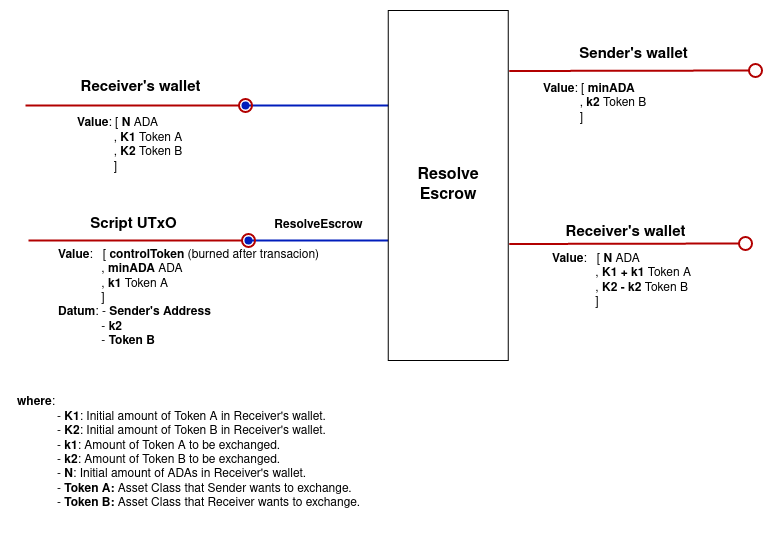
Above: doc/img/resolveEscrow.png in mrpejker/cardano-e2e-example (draw.io), before the change. Source tidied: cells renumbered, new cells last; positions are measured from the earlier drawing's top-left corner, leaving out a move shared by most shapes.
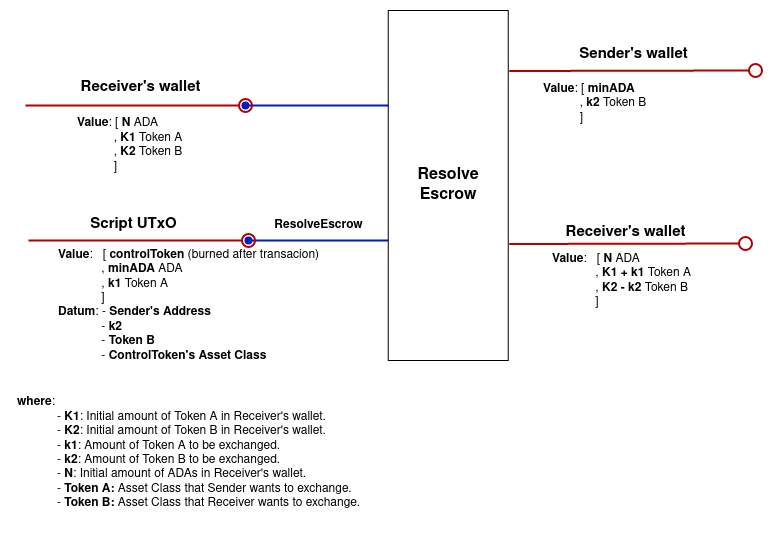
After the commit.

Diff of the diagram source:
```diff
@@ -38,8 +38,8 @@
     <mxCell id="10" value="&lt;font style=&quot;font-size: 15px;&quot;&gt;&lt;b&gt;Script UTxO&lt;/b&gt;&lt;/font&gt;" style="text;html=1;align=center;verticalAlign=middle;strokeColor=none;fillColor=none;" parent="1" vertex="1">
       <mxGeometry x="63" y="199" width="110" height="30" as="geometry" />
     </mxCell>
-    <mxCell id="11" value="&lt;div style=&quot;caret-color: rgb(0, 0, 0); color: rgb(0, 0, 0); font-family: Helvetica; font-size: 12px; font-style: normal; font-variant-caps: normal; letter-spacing: normal; text-align: left; text-indent: 0px; text-transform: none; word-spacing: 0px; -webkit-text-stroke-width: 0px; text-decoration: none;&quot;&gt;&lt;span style=&quot;font-weight: 400;&quot;&gt;&lt;b&gt;Value&lt;/b&gt;: &amp;nbsp; [ &lt;b&gt;controlToken&lt;/b&gt;&lt;/span&gt;&lt;b&gt; &lt;/b&gt;(burned after transacion)&lt;b&gt;&lt;br&gt;&lt;/b&gt;&lt;span style=&quot;font-weight: 400;&quot;&gt;&amp;nbsp; &amp;nbsp; &amp;nbsp; &amp;nbsp; &amp;nbsp; &amp;nbsp; &amp;nbsp;, &lt;/span&gt;&lt;b&gt;minADA&lt;/b&gt;&amp;nbsp;ADA&lt;br&gt;&lt;span style=&quot;background-color: initial;&quot;&gt;&amp;nbsp; &amp;nbsp; &amp;nbsp; &amp;nbsp; &amp;nbsp; &amp;nbsp; &amp;nbsp;, &lt;/span&gt;&lt;b style=&quot;background-color: initial;&quot;&gt;k1&lt;/b&gt;&lt;span style=&quot;background-color: initial;&quot;&gt; Token A&lt;br&gt;&lt;/span&gt;&lt;/div&gt;&lt;div style=&quot;caret-color: rgb(0, 0, 0); color: rgb(0, 0, 0); font-family: Helvetica; font-size: 12px; font-style: normal; font-variant-caps: normal; letter-spacing: normal; text-align: left; text-indent: 0px; text-transform: none; word-spacing: 0px; -webkit-text-stroke-width: 0px; text-decoration: none;&quot;&gt;&lt;span style=&quot;background-color: initial;&quot;&gt;&amp;nbsp; &amp;nbsp; &amp;nbsp; &amp;nbsp; &amp;nbsp; &amp;nbsp; &amp;nbsp;]&lt;/span&gt;&lt;/div&gt;&lt;div style=&quot;caret-color: rgb(0, 0, 0); color: rgb(0, 0, 0); font-family: Helvetica; font-size: 12px; font-style: normal; font-variant-caps: normal; letter-spacing: normal; text-align: left; text-indent: 0px; text-transform: none; word-spacing: 0px; -webkit-text-stroke-width: 0px; text-decoration: none;&quot;&gt;&lt;span style=&quot;background-color: initial;&quot;&gt;&lt;b&gt;Datum&lt;/b&gt;: - &lt;b&gt;Sender's Address&lt;/b&gt;&lt;br&gt;&lt;/span&gt;&lt;span style=&quot;background-color: initial;&quot;&gt;&lt;/span&gt;&lt;/div&gt;&lt;span style=&quot;caret-color: rgb(0, 0, 0);&quot;&gt;&lt;span style=&quot;&quot;&gt;&#9;&lt;/span&gt;&amp;nbsp; &amp;nbsp; &amp;nbsp; &amp;nbsp; &amp;nbsp; &amp;nbsp;&amp;nbsp; - &lt;/span&gt;&lt;b style=&quot;caret-color: rgb(0, 0, 0);&quot;&gt;k2&lt;/b&gt;&lt;span style=&quot;caret-color: rgb(0, 0, 0);&quot;&gt;&lt;/span&gt;&lt;div style=&quot;caret-color: rgb(0, 0, 0); color: rgb(0, 0, 0); font-family: Helvetica; font-size: 12px; font-style: normal; font-variant-caps: normal; letter-spacing: normal; text-align: left; text-indent: 0px; text-transform: none; word-spacing: 0px; -webkit-text-stroke-width: 0px; text-decoration: none;&quot;&gt;&amp;nbsp; &amp;nbsp; &amp;nbsp; &amp;nbsp; &amp;nbsp; &amp;nbsp; &amp;nbsp;- &lt;b&gt;Token B&lt;/b&gt;&lt;br&gt;&lt;/div&gt;&lt;div style=&quot;caret-color: rgb(0, 0, 0); color: rgb(0, 0, 0); font-family: Helvetica; font-size: 12px; font-style: normal; font-variant-caps: normal; letter-spacing: normal; text-align: left; text-indent: 0px; text-transform: none; word-spacing: 0px; -webkit-text-stroke-width: 0px; text-decoration: none;&quot;&gt;&lt;span style=&quot;&quot;&gt;&#9;&lt;/span&gt;&amp;nbsp; &amp;nbsp;&amp;nbsp; &lt;br&gt;&lt;/div&gt;" style="text;whiteSpace=wrap;html=1;fontSize=12;" parent="1" vertex="1">
-      <mxGeometry x="41.2" y="231" width="268.8" height="111" as="geometry" />
+    <mxCell id="11" value="&lt;div style=&quot;caret-color: rgb(0, 0, 0); color: rgb(0, 0, 0); font-family: Helvetica; font-size: 12px; font-style: normal; font-variant-caps: normal; letter-spacing: normal; text-align: left; text-indent: 0px; text-transform: none; word-spacing: 0px; -webkit-text-stroke-width: 0px; text-decoration: none;&quot;&gt;&lt;span style=&quot;font-weight: 400;&quot;&gt;&lt;b&gt;Value&lt;/b&gt;: &amp;nbsp; [ &lt;b&gt;controlToken&lt;/b&gt;&lt;/span&gt;&lt;b&gt; &lt;/b&gt;(burned after transacion)&lt;b&gt;&lt;br&gt;&lt;/b&gt;&lt;span style=&quot;font-weight: 400;&quot;&gt;&amp;nbsp; &amp;nbsp; &amp;nbsp; &amp;nbsp; &amp;nbsp; &amp;nbsp; &amp;nbsp;, &lt;/span&gt;&lt;b&gt;minADA&lt;/b&gt;&amp;nbsp;ADA&lt;br&gt;&lt;span style=&quot;background-color: initial;&quot;&gt;&amp;nbsp; &amp;nbsp; &amp;nbsp; &amp;nbsp; &amp;nbsp; &amp;nbsp; &amp;nbsp;, &lt;/span&gt;&lt;b style=&quot;background-color: initial;&quot;&gt;k1&lt;/b&gt;&lt;span style=&quot;background-color: initial;&quot;&gt; Token A&lt;br&gt;&lt;/span&gt;&lt;/div&gt;&lt;div style=&quot;caret-color: rgb(0, 0, 0); color: rgb(0, 0, 0); font-family: Helvetica; font-size: 12px; font-style: normal; font-variant-caps: normal; letter-spacing: normal; text-align: left; text-indent: 0px; text-transform: none; word-spacing: 0px; -webkit-text-stroke-width: 0px; text-decoration: none;&quot;&gt;&lt;span style=&quot;background-color: initial;&quot;&gt;&amp;nbsp; &amp;nbsp; &amp;nbsp; &amp;nbsp; &amp;nbsp; &amp;nbsp; &amp;nbsp;]&lt;/span&gt;&lt;/div&gt;&lt;div style=&quot;caret-color: rgb(0, 0, 0); color: rgb(0, 0, 0); font-family: Helvetica; font-size: 12px; font-style: normal; font-variant-caps: normal; letter-spacing: normal; text-align: left; text-indent: 0px; text-transform: none; word-spacing: 0px; -webkit-text-stroke-width: 0px; text-decoration: none;&quot;&gt;&lt;span style=&quot;background-color: initial;&quot;&gt;&lt;b&gt;Datum&lt;/b&gt;: - &lt;b&gt;Sender's Address&lt;/b&gt;&lt;br&gt;&lt;/span&gt;&lt;span style=&quot;background-color: initial;&quot;&gt;&lt;/span&gt;&lt;/div&gt;&lt;span style=&quot;caret-color: rgb(0, 0, 0);&quot;&gt;&lt;span style=&quot;&quot;&gt;&#9;&lt;/span&gt;&amp;nbsp; &amp;nbsp; &amp;nbsp; &amp;nbsp; &amp;nbsp; &amp;nbsp;&amp;nbsp; - &lt;/span&gt;&lt;b style=&quot;caret-color: rgb(0, 0, 0);&quot;&gt;k2&lt;/b&gt;&lt;span style=&quot;caret-color: rgb(0, 0, 0);&quot;&gt;&lt;/span&gt;&lt;div style=&quot;caret-color: rgb(0, 0, 0); color: rgb(0, 0, 0); font-family: Helvetica; font-size: 12px; font-style: normal; font-variant-caps: normal; letter-spacing: normal; text-align: left; text-indent: 0px; text-transform: none; word-spacing: 0px; -webkit-text-stroke-width: 0px; text-decoration: none;&quot;&gt;&amp;nbsp; &amp;nbsp; &amp;nbsp; &amp;nbsp; &amp;nbsp; &amp;nbsp; &amp;nbsp;- &lt;b&gt;Token B&lt;/b&gt;&lt;/div&gt;&lt;div style=&quot;caret-color: rgb(0, 0, 0); color: rgb(0, 0, 0); font-family: Helvetica; font-size: 12px; font-style: normal; font-variant-caps: normal; letter-spacing: normal; text-align: left; text-indent: 0px; text-transform: none; word-spacing: 0px; -webkit-text-stroke-width: 0px; text-decoration: none;&quot;&gt;&lt;b&gt;&amp;nbsp;&amp;nbsp;&amp;nbsp;&amp;nbsp;&amp;nbsp;&amp;nbsp;&amp;nbsp;&amp;nbsp;&amp;nbsp;&amp;nbsp;&amp;nbsp;&amp;nbsp; &lt;/b&gt;- &lt;b&gt;ControlToken's Asset Class&lt;/b&gt;&lt;br&gt;&lt;/div&gt;&lt;div style=&quot;caret-color: rgb(0, 0, 0); color: rgb(0, 0, 0); font-family: Helvetica; font-size: 12px; font-style: normal; font-variant-caps: normal; letter-spacing: normal; text-align: left; text-indent: 0px; text-transform: none; word-spacing: 0px; -webkit-text-stroke-width: 0px; text-decoration: none;&quot;&gt;&lt;span style=&quot;&quot;&gt;&#9;&lt;/span&gt;&amp;nbsp; &amp;nbsp;&amp;nbsp; &lt;br&gt;&lt;/div&gt;" style="text;whiteSpace=wrap;html=1;fontSize=12;" parent="1" vertex="1">
+      <mxGeometry x="41.2" y="231" width="268.8" height="129" as="geometry" />
     </mxCell>
     <mxCell id="12" value="&lt;div style=&quot;caret-color: rgb(0, 0, 0); color: rgb(0, 0, 0); font-family: Helvetica; font-size: 12px; font-style: normal; font-variant-caps: normal; letter-spacing: normal; text-align: left; text-indent: 0px; text-transform: none; word-spacing: 0px; -webkit-text-stroke-width: 0px; text-decoration: none;&quot;&gt;&lt;span style=&quot;font-weight: 400;&quot;&gt;&lt;b&gt;Value&lt;/b&gt;: &amp;nbsp; [ &lt;b&gt;N&lt;/b&gt;&lt;/span&gt; ADA&lt;/div&gt;&lt;div style=&quot;caret-color: rgb(0, 0, 0); color: rgb(0, 0, 0); font-family: Helvetica; font-size: 12px; font-style: normal; font-variant-caps: normal; letter-spacing: normal; text-align: left; text-indent: 0px; text-transform: none; word-spacing: 0px; -webkit-text-stroke-width: 0px; text-decoration: none;&quot;&gt;&lt;span style=&quot;background-color: initial;&quot;&gt;&amp;nbsp; &amp;nbsp; &amp;nbsp; &amp;nbsp; &amp;nbsp; &amp;nbsp; &amp;nbsp;, &lt;b&gt;K1 + k1 &lt;/b&gt;Token A&lt;br&gt;&lt;/span&gt;&lt;/div&gt;&lt;div style=&quot;caret-color: rgb(0, 0, 0); color: rgb(0, 0, 0); font-family: Helvetica; font-size: 12px; font-style: normal; font-variant-caps: normal; letter-spacing: normal; text-align: left; text-indent: 0px; text-transform: none; word-spacing: 0px; -webkit-text-stroke-width: 0px; text-decoration: none;&quot;&gt;&lt;span style=&quot;background-color: initial;&quot;&gt;&lt;span style=&quot;white-space: pre;&quot;&gt;&#9;&lt;/span&gt;&amp;nbsp;&amp;nbsp;&amp;nbsp;&amp;nbsp; , &lt;b&gt;K2 - k2 &lt;/b&gt;Token B&lt;br&gt;&lt;/span&gt;&lt;span style=&quot;background-color: initial;&quot;&gt;&lt;/span&gt;&lt;/div&gt;&lt;div style=&quot;caret-color: rgb(0, 0, 0); color: rgb(0, 0, 0); font-family: Helvetica; font-size: 12px; font-style: normal; font-variant-caps: normal; letter-spacing: normal; text-align: left; text-indent: 0px; text-transform: none; word-spacing: 0px; -webkit-text-stroke-width: 0px; text-decoration: none;&quot;&gt;&lt;span style=&quot;background-color: initial;&quot;&gt;&lt;span style=&quot;white-space: pre;&quot;&gt;&#9;&lt;/span&gt;&amp;nbsp; &amp;nbsp; &amp;nbsp;]&lt;/span&gt;&lt;/div&gt;" style="text;whiteSpace=wrap;html=1;fontSize=12;" parent="1" vertex="1">
       <mxGeometry x="535" y="235" width="190" height="75" as="geometry" />
```
